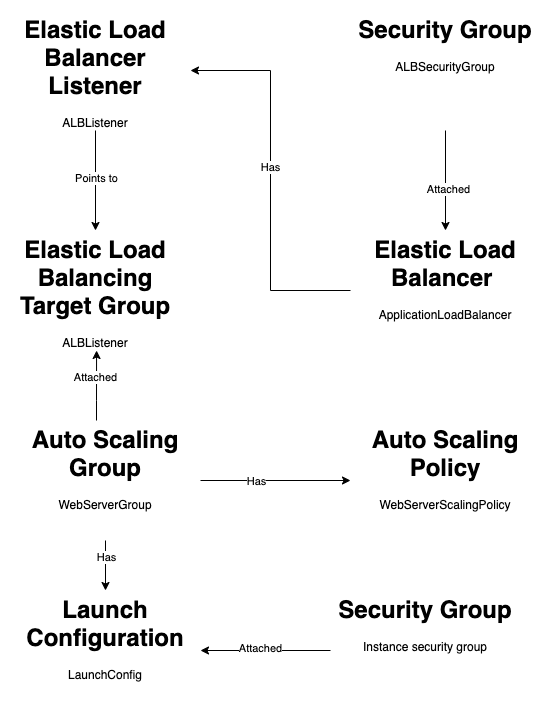
sebastianlzy/draw-io keeps this draw.io diagram as awesomebuilderIII -Webserver Cloudformation.png. Above is the earlier version. Source tidied: cells renumbered, new cells last; positions are measured from the earlier drawing's top-left corner, leaving out a move shared by most shapes.
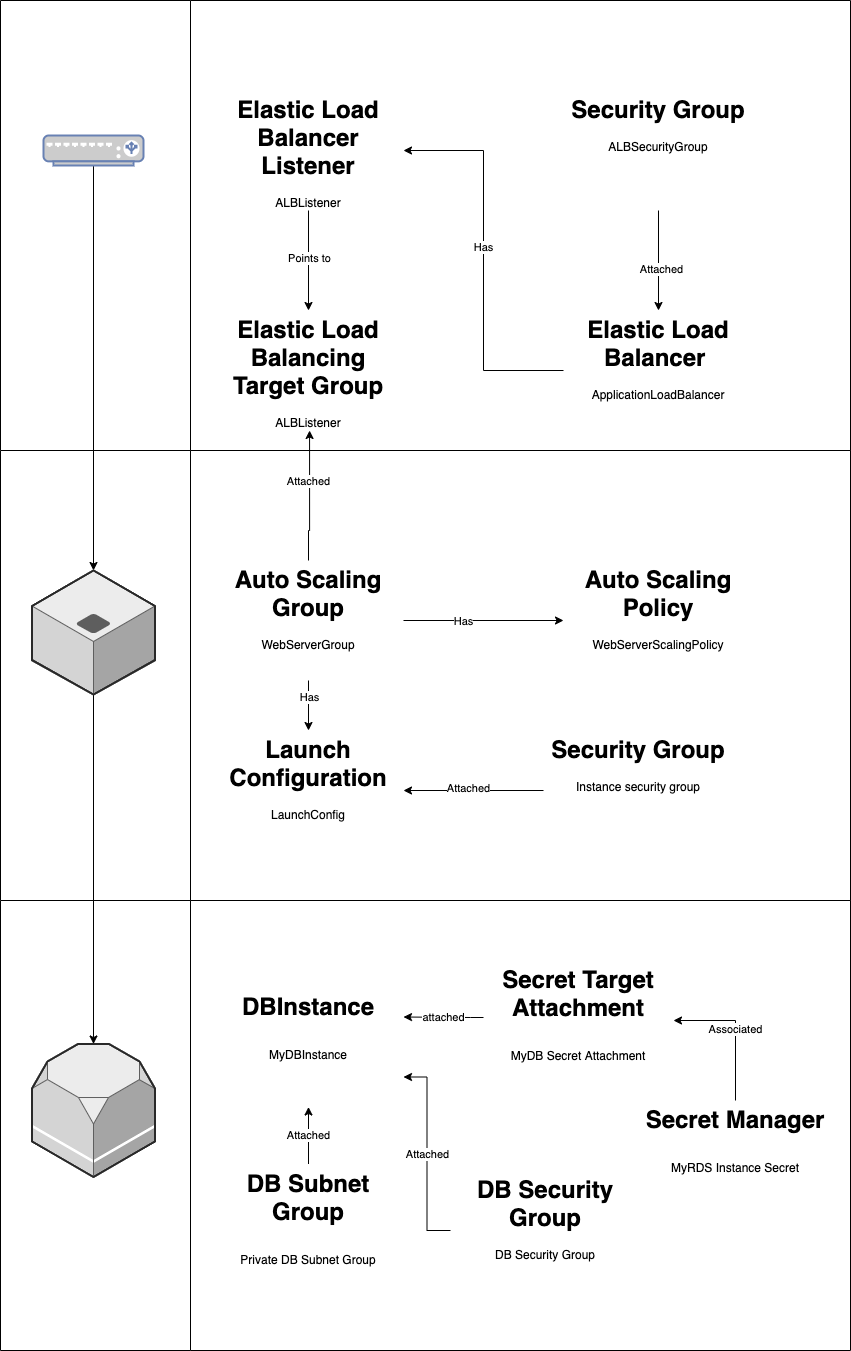
After the change.

The edit, as a diff of the source:
```diff
@@ -2,6 +2,27 @@
   <root>
     <mxCell id="0" />
     <mxCell id="1" parent="0" />
+    <mxCell id="24" style="swimlane;startSize=190;horizontal=0;" parent="1" vertex="1">
+      <mxGeometry x="-213" y="360" width="850" height="450" as="geometry" />
+    </mxCell>
+    <mxCell id="25" style="swimlane;startSize=190;horizontal=0;" parent="1" vertex="1">
+      <mxGeometry x="-213" y="810" width="850" height="450" as="geometry" />
+    </mxCell>
+    <mxCell id="26" value="&lt;h1&gt;&lt;span&gt;Secret Target Attachment&lt;/span&gt;&lt;/h1&gt;&lt;h1&gt;&lt;span style=&quot;font-size: 12px ; font-weight: 400&quot;&gt;MyDB Secret Attachment&lt;/span&gt;&lt;/h1&gt;" style="text;html=1;strokeColor=none;fillColor=none;spacing=5;spacingTop=-20;whiteSpace=wrap;overflow=hidden;rounded=0;align=center;" parent="25" vertex="1">
+      <mxGeometry x="483" y="60" width="190" height="120" as="geometry" />
+    </mxCell>
+    <mxCell id="27" value="&lt;h1&gt;DB Security Group&lt;/h1&gt;&lt;div&gt;DB Security Group&lt;/div&gt;" style="text;html=1;strokeColor=none;fillColor=none;spacing=5;spacingTop=-20;whiteSpace=wrap;overflow=hidden;rounded=0;align=center;" parent="25" vertex="1">
+      <mxGeometry x="450" y="270" width="190" height="120" as="geometry" />
+    </mxCell>
+    <mxCell id="28" value="&lt;h1&gt;Secret Manager&lt;/h1&gt;&lt;div&gt;&lt;h1&gt;&lt;span style=&quot;font-size: 12px ; font-weight: 400&quot;&gt;MyRDS Instance Secret&lt;/span&gt;&lt;/h1&gt;&lt;/div&gt;" style="text;html=1;strokeColor=none;fillColor=none;spacing=5;spacingTop=-20;whiteSpace=wrap;overflow=hidden;rounded=0;align=center;" parent="25" vertex="1">
+      <mxGeometry x="640" y="200" width="190" height="120" as="geometry" />
+    </mxCell>
+    <mxCell id="29" value="Associated" style="edgeStyle=orthogonalEdgeStyle;rounded=0;jettySize=auto;html=1;entryX=1;entryY=0.5;entryDx=0;entryDy=0;" parent="25" edge="1" source="28" target="26">
+      <mxGeometry relative="1" as="geometry" />
+    </mxCell>
+    <mxCell id="30" style="swimlane;startSize=190;horizontal=0;" parent="1" vertex="1">
+      <mxGeometry x="-213" y="-90" width="850" height="450" as="geometry" />
+    </mxCell>
     <mxCell id="2" style="edgeStyle=orthogonalEdgeStyle;rounded=0;jettySize=auto;html=1;entryX=1;entryY=0.5;entryDx=0;entryDy=0;align=center;" parent="1" edge="1" source="4" target="14">
       <mxGeometry relative="1" as="geometry" />
     </mxCell>
@@ -11,13 +32,11 @@
     <mxCell id="4" value="&lt;h1&gt;Elastic Load Balancer&amp;nbsp;&lt;/h1&gt;&lt;div&gt;ApplicationLoadBalancer&lt;/div&gt;" style="text;html=1;strokeColor=none;fillColor=none;spacing=5;spacingTop=-20;whiteSpace=wrap;overflow=hidden;rounded=0;align=center;" parent="1" vertex="1">
       <mxGeometry x="350" y="220" width="190" height="120" as="geometry" />
     </mxCell>
-    <mxCell id="5" style="edgeStyle=orthogonalEdgeStyle;rounded=0;orthogonalLoop=1;jettySize=auto;html=1;entryX=0.553;entryY=1;entryDx=0;entryDy=0;entryPerimeter=0;align=center;" parent="1" edge="1">
+    <mxCell id="5" style="edgeStyle=orthogonalEdgeStyle;rounded=0;jettySize=auto;html=1;entryX=0.553;entryY=1;entryDx=0;entryDy=0;entryPerimeter=0;align=center;exitX=0.5;exitY=0;exitDx=0;exitDy=0;" parent="1" edge="1" source="11">
       <mxGeometry relative="1" as="geometry">
-        <mxPoint x="96" y="410" as="sourcePoint" />
         <mxPoint x="96.1" y="340" as="targetPoint" />
         <Array as="points">
-          <mxPoint x="96" y="390" />
-          <mxPoint x="96" y="390" />
+          <mxPoint x="96" y="440" />
         </Array>
       </mxGeometry>
     </mxCell>
@@ -37,7 +56,7 @@
       <mxGeometry x="-0.27" relative="1" as="geometry" />
     </mxCell>
     <mxCell id="11" value="&lt;h1&gt;Auto Scaling Group&lt;/h1&gt;&lt;div&gt;WebServerGroup&lt;/div&gt;" style="text;html=1;strokeColor=none;fillColor=none;spacing=5;spacingTop=-20;whiteSpace=wrap;overflow=hidden;rounded=0;align=center;" parent="1" vertex="1">
-      <mxGeometry x="10" y="410" width="190" height="120" as="geometry" />
+      <mxGeometry y="470" width="190" height="120" as="geometry" />
     </mxCell>
     <mxCell id="12" style="edgeStyle=orthogonalEdgeStyle;rounded=0;jettySize=auto;html=1;entryX=0.5;entryY=0;entryDx=0;entryDy=0;align=center;" parent="1" edge="1" source="14" target="23">
       <mxGeometry relative="1" as="geometry" />
@@ -49,10 +68,10 @@
       <mxGeometry width="190" height="120" as="geometry" />
     </mxCell>
     <mxCell id="15" value="&lt;h1&gt;Auto Scaling Policy&lt;/h1&gt;&lt;div&gt;WebServerScalingPolicy&lt;/div&gt;" style="text;html=1;strokeColor=none;fillColor=none;spacing=5;spacingTop=-20;whiteSpace=wrap;overflow=hidden;rounded=0;align=center;" parent="1" vertex="1">
-      <mxGeometry x="350" y="410" width="190" height="120" as="geometry" />
+      <mxGeometry x="350" y="470" width="190" height="120" as="geometry" />
     </mxCell>
     <mxCell id="16" value="&lt;h1&gt;Launch Configuration&lt;/h1&gt;&lt;div&gt;LaunchConfig&lt;/div&gt;" style="text;html=1;strokeColor=none;fillColor=none;spacing=5;spacingTop=-20;whiteSpace=wrap;overflow=hidden;rounded=0;align=center;" parent="1" vertex="1">
-      <mxGeometry x="10" y="580" width="190" height="120" as="geometry" />
+      <mxGeometry y="640" width="190" height="120" as="geometry" />
     </mxCell>
     <mxCell id="17" style="edgeStyle=orthogonalEdgeStyle;rounded=0;jettySize=auto;html=1;align=center;" parent="1" edge="1" source="19" target="16">
       <mxGeometry relative="1" as="geometry" />
@@ -61,7 +80,7 @@
       <mxGeometry x="0.09" y="-3" relative="1" as="geometry" />
     </mxCell>
     <mxCell id="19" value="&lt;h1&gt;Security Group&lt;/h1&gt;&lt;div&gt;Instance security group&lt;/div&gt;" style="text;html=1;strokeColor=none;fillColor=none;spacing=5;spacingTop=-20;whiteSpace=wrap;overflow=hidden;rounded=0;align=center;" parent="1" vertex="1">
-      <mxGeometry x="330" y="580" width="190" height="120" as="geometry" />
+      <mxGeometry x="330" y="640" width="190" height="120" as="geometry" />
     </mxCell>
     <mxCell id="20" style="edgeStyle=orthogonalEdgeStyle;rounded=0;jettySize=auto;html=1;align=center;" parent="1" edge="1" source="22" target="4">
       <mxGeometry relative="1" as="geometry" />
@@ -75,5 +94,40 @@
     <mxCell id="23" value="&lt;h1&gt;Elastic Load Balancing Target Group&lt;/h1&gt;&lt;div&gt;ALBListener&lt;/div&gt;" style="text;html=1;strokeColor=none;fillColor=none;spacing=5;spacingTop=-20;whiteSpace=wrap;overflow=hidden;rounded=0;align=center;" parent="1" vertex="1">
       <mxGeometry y="220" width="190" height="120" as="geometry" />
     </mxCell>
+    <mxCell id="31" style="edgeStyle=orthogonalEdgeStyle;rounded=0;jettySize=auto;html=1;" parent="1" edge="1" source="32" target="34">
+      <mxGeometry relative="1" as="geometry" />
+    </mxCell>
+    <mxCell id="32" style="fontColor=#0066CC;verticalAlign=top;verticalLabelPosition=bottom;labelPosition=center;align=center;html=1;outlineConnect=0;fillColor=#CCCCCC;strokeColor=#6881B3;gradientColor=none;gradientDirection=north;strokeWidth=2;shape=mxgraph.networks.load_balancer;" parent="1" vertex="1">
+      <mxGeometry x="-170" y="45" width="100" height="30" as="geometry" />
+    </mxCell>
+    <mxCell id="33" style="edgeStyle=orthogonalEdgeStyle;rounded=0;jettySize=auto;html=1;" parent="1" edge="1" source="34" target="35">
+      <mxGeometry relative="1" as="geometry" />
+    </mxCell>
+    <mxCell id="34" style="verticalLabelPosition=bottom;html=1;verticalAlign=top;strokeWidth=1;align=center;outlineConnect=0;dashed=0;outlineConnect=0;shape=mxgraph.aws3d.application_server;fillColor=#ECECEC;strokeColor=#5E5E5E;" parent="1" vertex="1">
+      <mxGeometry x="-181.5" y="480" width="123" height="124" as="geometry" />
+    </mxCell>
+    <mxCell id="35" style="verticalLabelPosition=bottom;html=1;verticalAlign=top;strokeWidth=1;align=center;outlineConnect=0;dashed=0;outlineConnect=0;shape=mxgraph.aws3d.rds;fillColor=#ECECEC;strokeColor=#5E5E5E;" parent="1" vertex="1">
+      <mxGeometry x="-181.5" y="953.5" width="123" height="133" as="geometry" />
+    </mxCell>
+    <mxCell id="36" value="Attached" style="edgeStyle=orthogonalEdgeStyle;rounded=0;jettySize=auto;html=1;" parent="1" edge="1" source="37" target="40">
+      <mxGeometry relative="1" as="geometry" />
+    </mxCell>
+    <mxCell id="37" value="&lt;h1&gt;&lt;span&gt;DB Subnet Group&lt;/span&gt;&lt;/h1&gt;&lt;h1&gt;&lt;span style=&quot;font-size: 12px ; font-weight: normal&quot;&gt;Private DB Subnet Group&lt;/span&gt;&lt;br&gt;&lt;/h1&gt;" style="text;html=1;strokeColor=none;fillColor=none;spacing=5;spacingTop=-20;whiteSpace=wrap;overflow=hidden;rounded=0;align=center;" parent="1" vertex="1">
+      <mxGeometry y="1073.5" width="190" height="120" as="geometry" />
+    </mxCell>
+    <mxCell id="38" value="Attached" style="edgeStyle=orthogonalEdgeStyle;rounded=0;jettySize=auto;html=1;entryX=1;entryY=0.75;entryDx=0;entryDy=0;" parent="1" edge="1" source="27" target="40">
+      <mxGeometry relative="1" as="geometry" />
+    </mxCell>
+    <mxCell id="39" value="attached" style="edgeStyle=orthogonalEdgeStyle;rounded=0;jettySize=auto;html=1;entryX=1;entryY=0.25;entryDx=0;entryDy=0;" parent="1" edge="1" target="40">
+      <mxGeometry relative="1" as="geometry">
+        <mxPoint x="270" y="927" as="sourcePoint" />
+        <Array as="points">
+          <mxPoint x="257" y="927" />
+        </Array>
+      </mxGeometry>
+    </mxCell>
+    <mxCell id="40" value="&lt;h1&gt;&lt;span&gt;DBInstance&lt;/span&gt;&lt;/h1&gt;&lt;h1&gt;&lt;span style=&quot;font-size: 12px ; font-weight: 400&quot;&gt;MyDBInstance&lt;/span&gt;&lt;/h1&gt;" style="text;html=1;strokeColor=none;fillColor=none;spacing=5;spacingTop=-20;whiteSpace=wrap;overflow=hidden;rounded=0;align=center;" parent="1" vertex="1">
+      <mxGeometry y="896.5" width="190" height="120" as="geometry" />
+    </mxCell>
   </root>
 </mxGraphModel>
```
